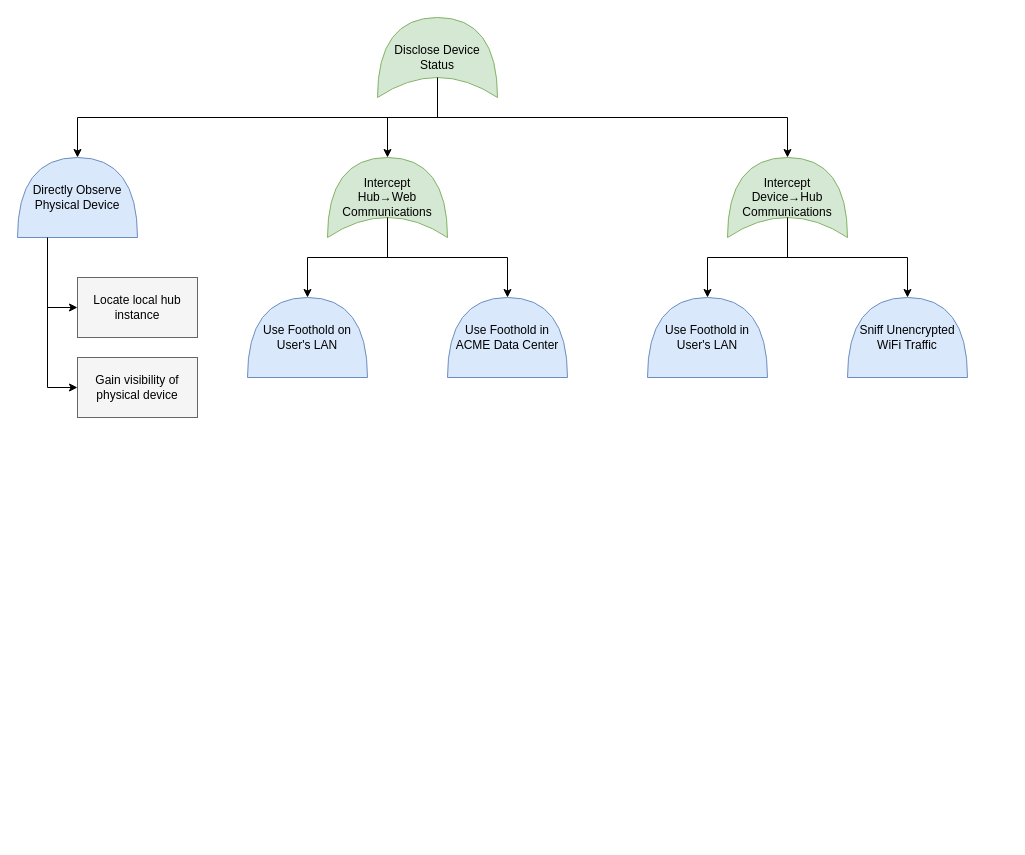
The draw.io diagram diagrams/attack-tree.drawio in kkredit/smart-home-threat-model, before the edit. Source tidied: cells renumbered, new cells numbered last; positions are measured from the earlier drawing's top-left corner, leaving out a move shared by most shapes. Both pictures are drawn from the tidied source at 100%, with x=0, y=0 at pixel (17, 17).
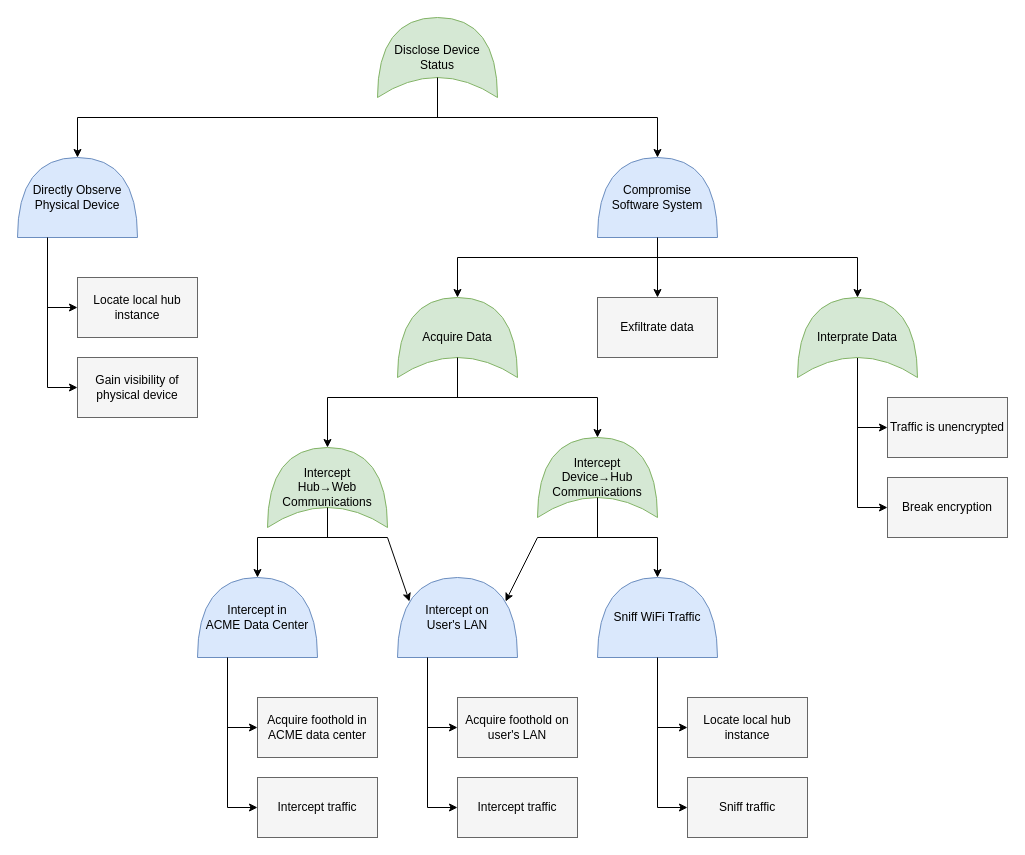
After the change.

Commit message (it also covers changes not shown here):
Finish attack tree

The edit, as a diff of the source:
```diff
@@
     <mxCell id="4" style="endArrow=none;html=1;" parent="1" edge="1">
       <mxGeometry relative="1" as="geometry">
         <mxPoint x="60" y="100" as="sourcePoint" />
-        <mxPoint x="770" y="100" as="targetPoint" />
+        <mxPoint x="640" y="100" as="targetPoint" />
       </mxGeometry>
     </mxCell>
@@
     <mxCell id="12" value="Intercept&lt;br&gt;Hub&lt;span class=&quot;js-about-item-abstr&quot;&gt;→&lt;/span&gt;Web Communications" style="shape=xor;whiteSpace=wrap;html=1;fillColor=#d5e8d4;strokeColor=#82b366;direction=north;" parent="1" vertex="1">
-      <mxGeometry x="310" y="140" width="120" height="80" as="geometry" />
+      <mxGeometry x="250" y="430" width="120" height="80" as="geometry" />
     </mxCell>
     <mxCell id="13" value="Intercept&lt;br&gt;Device&lt;span class=&quot;js-about-item-abstr&quot;&gt;→Hub&lt;br&gt;&lt;/span&gt;Communications" style="shape=xor;whiteSpace=wrap;html=1;fillColor=#d5e8d4;strokeColor=#82b366;direction=north;" parent="1" vertex="1">
-      <mxGeometry x="710" y="140" width="120" height="80" as="geometry" />
+      <mxGeometry x="520" y="420" width="120" height="80" as="geometry" />
     </mxCell>
-    <mxCell id="14" value="Use Foothold on&lt;br&gt;User's LAN" style="shape=or;whiteSpace=wrap;html=1;direction=north;fillColor=#dae8fc;strokeColor=#6c8ebf;" parent="1" vertex="1">
-      <mxGeometry x="230" y="280" width="120" height="80" as="geometry" />
+    <mxCell id="14" value="Intercept on&lt;br&gt;User's LAN" style="shape=or;whiteSpace=wrap;html=1;direction=north;fillColor=#dae8fc;strokeColor=#6c8ebf;" parent="1" vertex="1">
+      <mxGeometry x="380" y="560" width="120" height="80" as="geometry" />
     </mxCell>
-    <mxCell id="15" value="Use Foothold in&lt;br&gt;ACME Data Center" style="shape=or;whiteSpace=wrap;html=1;direction=north;fillColor=#dae8fc;strokeColor=#6c8ebf;" parent="1" vertex="1">
-      <mxGeometry x="430" y="280" width="120" height="80" as="geometry" />
+    <mxCell id="15" value="Intercept in&lt;br&gt;ACME Data Center" style="shape=or;whiteSpace=wrap;html=1;direction=north;fillColor=#dae8fc;strokeColor=#6c8ebf;" parent="1" vertex="1">
+      <mxGeometry x="180" y="560" width="120" height="80" as="geometry" />
     </mxCell>
-    <mxCell id="16" value="Use Foothold in&lt;br&gt;User's LAN" style="shape=or;whiteSpace=wrap;html=1;direction=north;fillColor=#dae8fc;strokeColor=#6c8ebf;" parent="1" vertex="1">
-      <mxGeometry x="630" y="280" width="120" height="80" as="geometry" />
-    </mxCell>
-    <mxCell id="17" value="Sniff Unencrypted&lt;br&gt;WiFi Traffic" style="shape=or;whiteSpace=wrap;html=1;direction=north;fillColor=#dae8fc;strokeColor=#6c8ebf;" parent="1" vertex="1">
-      <mxGeometry x="830" y="280" width="120" height="80" as="geometry" />
+    <mxCell id="17" value="Sniff WiFi Traffic" style="shape=or;whiteSpace=wrap;html=1;direction=north;fillColor=#dae8fc;strokeColor=#6c8ebf;" parent="1" vertex="1">
+      <mxGeometry x="580" y="560" width="120" height="80" as="geometry" />
     </mxCell>
     <mxCell id="18" style="endArrow=classic;html=1;fontColor=#FF3333;entryX=1;entryY=0.5;entryDx=0;entryDy=0;entryPerimeter=0;" parent="1" edge="1" target="12">
       <mxGeometry relative="1" as="geometry">
-        <mxPoint x="370" y="100" as="sourcePoint" />
+        <mxPoint x="310" y="380" as="sourcePoint" />
       </mxGeometry>
     </mxCell>
     <mxCell id="19" style="endArrow=classic;html=1;fontColor=#FF3333;entryX=1;entryY=0.5;entryDx=0;entryDy=0;entryPerimeter=0;" parent="1" edge="1" target="13">
       <mxGeometry relative="1" as="geometry">
-        <mxPoint x="770" y="100" as="sourcePoint" />
+        <mxPoint x="580" y="380" as="sourcePoint" />
       </mxGeometry>
     </mxCell>
     <mxCell id="20" style="endArrow=none;html=1;entryX=0.25;entryY=0.5;entryDx=0;entryDy=0;entryPerimeter=0;" parent="1" edge="1" target="12">
       <mxGeometry relative="1" as="geometry">
-        <mxPoint x="370" y="240" as="sourcePoint" />
+        <mxPoint x="310" y="520" as="sourcePoint" />
       </mxGeometry>
     </mxCell>
     <mxCell id="21" style="endArrow=none;html=1;entryX=0.25;entryY=0.5;entryDx=0;entryDy=0;entryPerimeter=0;" parent="1" edge="1" target="13">
       <mxGeometry relative="1" as="geometry">
-        <mxPoint x="770" y="240" as="sourcePoint" />
+        <mxPoint x="580" y="520" as="sourcePoint" />
       </mxGeometry>
     </mxCell>
     <mxCell id="22" style="endArrow=none;html=1;" parent="1" edge="1">
       <mxGeometry relative="1" as="geometry">
-        <mxPoint x="290" y="240" as="sourcePoint" />
-        <mxPoint x="490" y="240" as="targetPoint" />
+        <mxPoint x="240" y="520" as="sourcePoint" />
+        <mxPoint x="370" y="520" as="targetPoint" />
       </mxGeometry>
     </mxCell>
     <mxCell id="23" style="endArrow=none;html=1;" parent="1" edge="1">
       <mxGeometry relative="1" as="geometry">
-        <mxPoint x="690" y="240" as="sourcePoint" />
-        <mxPoint x="890" y="240" as="targetPoint" />
+        <mxPoint x="520" y="520" as="sourcePoint" />
+        <mxPoint x="640" y="520" as="targetPoint" />
       </mxGeometry>
     </mxCell>
-    <mxCell id="24" style="endArrow=classic;html=1;fontColor=#FF3333;entryX=1;entryY=0.5;entryDx=0;entryDy=0;entryPerimeter=0;" parent="1" edge="1" target="14">
-      <mxGeometry relative="1" as="geometry">
-        <mxPoint x="290" y="240" as="sourcePoint" />
-      </mxGeometry>
-    </mxCell>
-    <mxCell id="25" style="endArrow=classic;html=1;fontColor=#FF3333;entryX=1;entryY=0.5;entryDx=0;entryDy=0;entryPerimeter=0;" parent="1" edge="1" target="15">
-      <mxGeometry relative="1" as="geometry">
-        <mxPoint x="490" y="240" as="sourcePoint" />
-      </mxGeometry>
-    </mxCell>
-    <mxCell id="26" style="endArrow=classic;html=1;fontColor=#FF3333;entryX=1;entryY=0.5;entryDx=0;entryDy=0;entryPerimeter=0;" parent="1" edge="1" target="16">
+    <mxCell id="26" style="endArrow=classic;html=1;fontColor=#FF3333;entryX=0.7;entryY=0.9;entryDx=0;entryDy=0;entryPerimeter=0;" parent="1" edge="1" target="14">
       <mxGeometry relative="1" as="geometry">
-        <mxPoint x="690" y="240" as="sourcePoint" />
+        <mxPoint x="520" y="520" as="sourcePoint" />
       </mxGeometry>
     </mxCell>
     <mxCell id="27" style="endArrow=classic;html=1;fontColor=#FF3333;entryX=1;entryY=0.5;entryDx=0;entryDy=0;entryPerimeter=0;" parent="1" edge="1" target="17">
       <mxGeometry relative="1" as="geometry">
-        <mxPoint x="890" y="240" as="sourcePoint" />
+        <mxPoint x="640" y="520" as="sourcePoint" />
       </mxGeometry>
     </mxCell>
+    <mxCell id="28" value="Acquire foothold on user's LAN" style="rounded=0;whiteSpace=wrap;html=1;fillColor=#f5f5f5;strokeColor=#666666;" parent="1" vertex="1">
+      <mxGeometry x="440" y="680" width="120" height="60" as="geometry" />
+    </mxCell>
+    <mxCell id="29" value="Intercept traffic" style="rounded=0;whiteSpace=wrap;html=1;fillColor=#f5f5f5;strokeColor=#666666;" parent="1" vertex="1">
+      <mxGeometry x="440" y="760" width="120" height="60" as="geometry" />
+    </mxCell>
+    <mxCell id="30" style="endArrow=none;html=1;entryX=0;entryY=0.25;entryDx=0;entryDy=0;entryPerimeter=0;" parent="1" edge="1" target="14">
+      <mxGeometry relative="1" as="geometry">
+        <mxPoint x="410" y="790" as="sourcePoint" />
+      </mxGeometry>
+    </mxCell>
+    <mxCell id="31" style="endArrow=classic;html=1;fontColor=#FF3333;entryX=0;entryY=0.5;entryDx=0;entryDy=0;" parent="1" edge="1" target="28">
+      <mxGeometry relative="1" as="geometry">
+        <mxPoint x="410" y="710" as="sourcePoint" />
+      </mxGeometry>
+    </mxCell>
+    <mxCell id="32" style="endArrow=classic;html=1;fontColor=#FF3333;entryX=0;entryY=0.5;entryDx=0;entryDy=0;" parent="1" edge="1" target="29">
+      <mxGeometry relative="1" as="geometry">
+        <mxPoint x="410" y="790" as="sourcePoint" />
+      </mxGeometry>
+    </mxCell>
+    <mxCell id="33" value="Acquire foothold in ACME data center" style="rounded=0;whiteSpace=wrap;html=1;fillColor=#f5f5f5;strokeColor=#666666;" parent="1" vertex="1">
+      <mxGeometry x="240" y="680" width="120" height="60" as="geometry" />
+    </mxCell>
+    <mxCell id="34" value="Intercept traffic" style="rounded=0;whiteSpace=wrap;html=1;fillColor=#f5f5f5;strokeColor=#666666;" parent="1" vertex="1">
+      <mxGeometry x="240" y="760" width="120" height="60" as="geometry" />
+    </mxCell>
+    <mxCell id="35" style="endArrow=none;html=1;entryX=0;entryY=0.25;entryDx=0;entryDy=0;entryPerimeter=0;" parent="1" edge="1" target="15">
+      <mxGeometry relative="1" as="geometry">
+        <mxPoint x="210" y="790" as="sourcePoint" />
+      </mxGeometry>
+    </mxCell>
+    <mxCell id="36" style="endArrow=classic;html=1;fontColor=#FF3333;entryX=0;entryY=0.5;entryDx=0;entryDy=0;" parent="1" edge="1" target="33">
+      <mxGeometry relative="1" as="geometry">
+        <mxPoint x="210" y="710" as="sourcePoint" />
+      </mxGeometry>
+    </mxCell>
+    <mxCell id="37" style="endArrow=classic;html=1;fontColor=#FF3333;entryX=0;entryY=0.5;entryDx=0;entryDy=0;" parent="1" edge="1" target="34">
+      <mxGeometry relative="1" as="geometry">
+        <mxPoint x="210" y="790" as="sourcePoint" />
+      </mxGeometry>
+    </mxCell>
+    <mxCell id="38" value="Traffic is unencrypted" style="rounded=0;whiteSpace=wrap;html=1;fillColor=#f5f5f5;strokeColor=#666666;" parent="1" vertex="1">
+      <mxGeometry x="870" y="380" width="120" height="60" as="geometry" />
+    </mxCell>
+    <mxCell id="39" value="Break encryption" style="rounded=0;whiteSpace=wrap;html=1;fillColor=#f5f5f5;strokeColor=#666666;" parent="1" vertex="1">
+      <mxGeometry x="870" y="460" width="120" height="60" as="geometry" />
+    </mxCell>
+    <mxCell id="40" style="endArrow=none;html=1;entryX=0.25;entryY=0.5;entryDx=0;entryDy=0;entryPerimeter=0;" parent="1" edge="1" target="46">
+      <mxGeometry relative="1" as="geometry">
+        <mxPoint x="840" y="490" as="sourcePoint" />
+      </mxGeometry>
+    </mxCell>
+    <mxCell id="41" style="endArrow=classic;html=1;fontColor=#FF3333;entryX=0;entryY=0.5;entryDx=0;entryDy=0;" parent="1" edge="1" target="38">
+      <mxGeometry relative="1" as="geometry">
+        <mxPoint x="840" y="410" as="sourcePoint" />
+      </mxGeometry>
+    </mxCell>
+    <mxCell id="42" style="endArrow=classic;html=1;fontColor=#FF3333;entryX=0;entryY=0.5;entryDx=0;entryDy=0;" parent="1" edge="1" target="39">
+      <mxGeometry relative="1" as="geometry">
+        <mxPoint x="840" y="490" as="sourcePoint" />
+      </mxGeometry>
+    </mxCell>
+    <mxCell id="43" value="Compromise&lt;br&gt;Software System" style="shape=or;whiteSpace=wrap;html=1;direction=north;fillColor=#dae8fc;strokeColor=#6c8ebf;" parent="1" vertex="1">
+      <mxGeometry x="580" y="140" width="120" height="80" as="geometry" />
+    </mxCell>
+    <mxCell id="44" value="Acquire Data" style="shape=xor;whiteSpace=wrap;html=1;fillColor=#d5e8d4;strokeColor=#82b366;direction=north;" parent="1" vertex="1">
+      <mxGeometry x="380" y="280" width="120" height="80" as="geometry" />
+    </mxCell>
+    <mxCell id="45" value="Exfiltrate data" style="rounded=0;whiteSpace=wrap;html=1;fillColor=#f5f5f5;strokeColor=#666666;" parent="1" vertex="1">
+      <mxGeometry x="580" y="280" width="120" height="60" as="geometry" />
+    </mxCell>
+    <mxCell id="46" value="Interprate Data" style="shape=xor;whiteSpace=wrap;html=1;fillColor=#d5e8d4;strokeColor=#82b366;direction=north;" parent="1" vertex="1">
+      <mxGeometry x="780" y="280" width="120" height="80" as="geometry" />
+    </mxCell>
+    <mxCell id="47" style="endArrow=none;html=1;" parent="1" edge="1">
+      <mxGeometry relative="1" as="geometry">
+        <mxPoint x="310" y="380" as="sourcePoint" />
+        <mxPoint x="580" y="380" as="targetPoint" />
+      </mxGeometry>
+    </mxCell>
+    <mxCell id="48" style="endArrow=classic;html=1;fontColor=#FF3333;entryX=0.7;entryY=0.1;entryDx=0;entryDy=0;entryPerimeter=0;" parent="1" edge="1" target="14">
+      <mxGeometry relative="1" as="geometry">
+        <mxPoint x="370" y="520" as="sourcePoint" />
+      </mxGeometry>
+    </mxCell>
+    <mxCell id="49" style="endArrow=classic;html=1;fontColor=#FF3333;entryX=1;entryY=0.5;entryDx=0;entryDy=0;entryPerimeter=0;" parent="1" edge="1" target="15">
+      <mxGeometry relative="1" as="geometry">
+        <mxPoint x="240" y="520" as="sourcePoint" />
+      </mxGeometry>
+    </mxCell>
+    <mxCell id="50" style="endArrow=none;html=1;entryX=0.25;entryY=0.5;entryDx=0;entryDy=0;entryPerimeter=0;" parent="1" edge="1" target="44">
+      <mxGeometry relative="1" as="geometry">
+        <mxPoint x="440" y="380" as="sourcePoint" />
+      </mxGeometry>
+    </mxCell>
+    <mxCell id="51" style="endArrow=classic;html=1;fontColor=#FF3333;entryX=1;entryY=0.5;entryDx=0;entryDy=0;entryPerimeter=0;" parent="1" edge="1" target="43">
+      <mxGeometry relative="1" as="geometry">
+        <mxPoint x="640" y="100" as="sourcePoint" />
+      </mxGeometry>
+    </mxCell>
+    <mxCell id="52" style="endArrow=none;html=1;exitX=0;exitY=0.5;exitDx=0;exitDy=0;exitPerimeter=0;" parent="1" edge="1" source="43">
+      <mxGeometry relative="1" as="geometry">
+        <mxPoint x="640" y="240" as="targetPoint" />
+      </mxGeometry>
+    </mxCell>
+    <mxCell id="53" style="endArrow=none;html=1;" parent="1" edge="1">
+      <mxGeometry relative="1" as="geometry">
+        <mxPoint x="440" y="240" as="sourcePoint" />
+        <mxPoint x="840" y="240" as="targetPoint" />
+      </mxGeometry>
+    </mxCell>
+    <mxCell id="54" style="endArrow=classic;html=1;fontColor=#FF3333;entryX=1;entryY=0.5;entryDx=0;entryDy=0;entryPerimeter=0;" parent="1" edge="1" target="44">
+      <mxGeometry relative="1" as="geometry">
+        <mxPoint x="440" y="240" as="sourcePoint" />
+      </mxGeometry>
+    </mxCell>
+    <mxCell id="55" style="endArrow=classic;html=1;fontColor=#FF3333;entryX=0.5;entryY=0;entryDx=0;entryDy=0;" parent="1" edge="1" target="45">
+      <mxGeometry relative="1" as="geometry">
+        <mxPoint x="640" y="240" as="sourcePoint" />
+      </mxGeometry>
+    </mxCell>
+    <mxCell id="56" style="endArrow=classic;html=1;fontColor=#FF3333;entryX=0.5;entryY=0;entryDx=0;entryDy=0;" parent="1" edge="1">
+      <mxGeometry relative="1" as="geometry">
+        <mxPoint x="840" y="240" as="sourcePoint" />
+        <mxPoint x="840" y="280" as="targetPoint" />
+      </mxGeometry>
+    </mxCell>
+    <mxCell id="57" value="Locate local hub instance" style="rounded=0;whiteSpace=wrap;html=1;fillColor=#f5f5f5;strokeColor=#666666;" parent="1" vertex="1">
+      <mxGeometry x="670" y="680" width="120" height="60" as="geometry" />
+    </mxCell>
+    <mxCell id="58" value="Sniff traffic" style="rounded=0;whiteSpace=wrap;html=1;fillColor=#f5f5f5;strokeColor=#666666;" parent="1" vertex="1">
+      <mxGeometry x="670" y="760" width="120" height="60" as="geometry" />
+    </mxCell>
+    <mxCell id="59" style="endArrow=none;html=1;entryX=0;entryY=0.5;entryDx=0;entryDy=0;entryPerimeter=0;" parent="1" edge="1" target="17">
+      <mxGeometry relative="1" as="geometry">
+        <mxPoint x="640" y="790" as="sourcePoint" />
+      </mxGeometry>
+    </mxCell>
+    <mxCell id="60" style="endArrow=classic;html=1;fontColor=#FF3333;entryX=0;entryY=0.5;entryDx=0;entryDy=0;" parent="1" edge="1" target="57">
+      <mxGeometry relative="1" as="geometry">
+        <mxPoint x="640" y="710" as="sourcePoint" />
+      </mxGeometry>
+    </mxCell>
+    <mxCell id="61" style="endArrow=classic;html=1;fontColor=#FF3333;entryX=0;entryY=0.5;entryDx=0;entryDy=0;" parent="1" edge="1" target="58">
+      <mxGeometry relative="1" as="geometry">
+        <mxPoint x="640" y="790" as="sourcePoint" />
+      </mxGeometry>
+    </mxCell>
```
